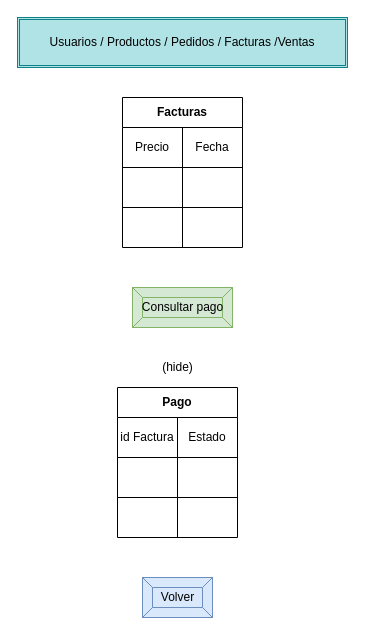
katacliny/practica keeps this draw.io diagram as page "FacturasAdmin" (8 of 9) of ListaCompra.drawio. Above is the earlier version. Source tidied: cells renumbered, new cells numbered last; positions are measured from the earlier drawing's top-left corner, leaving out a move shared by most shapes. Both pictures are drawn from the tidied source at 100%, with x=0, y=0 at pixel (17, 17).
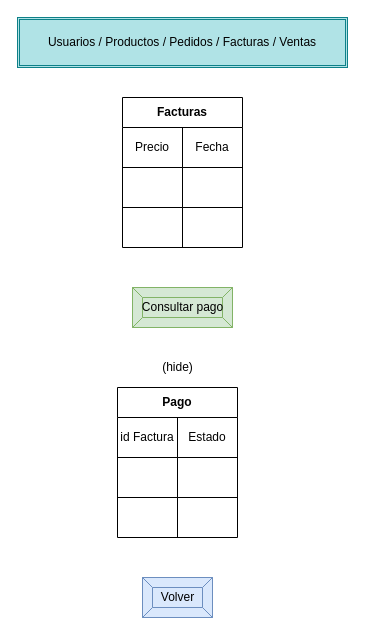
The same diagram, later.

Diff of the diagram source:
```diff
@@
-    <mxCell id="25" value="Usuarios / Productos / Pedidos / Facturas /Ventas" style="shape=ext;double=1;rounded=0;whiteSpace=wrap;html=1;fillColor=#b0e3e6;strokeColor=#0e8088;" parent="1" vertex="1">
+    <mxCell id="25" value="Usuarios / Productos / Pedidos / Facturas / Ventas" style="shape=ext;double=1;rounded=0;whiteSpace=wrap;html=1;fillColor=#b0e3e6;strokeColor=#0e8088;" parent="1" vertex="1">
       <mxGeometry width="330" height="50" as="geometry" />
     </mxCell>
```
